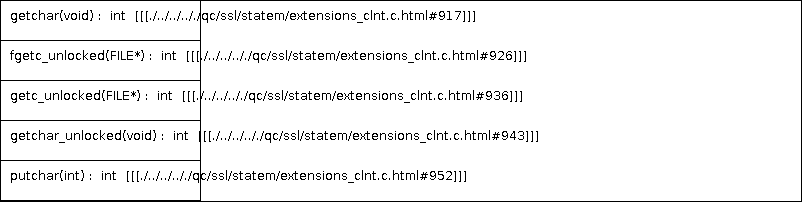
qualitesys/openssl keeps this PlantUML diagram as docs/qc/ssl/statem/extensions_clnt.c.png. Above is the earlier version. Its source is kept beside it as docs/qc/ssl/statem/extensions_clnt.c.puml. The source it was exported from:
```plantuml
@startuml
!pragma layout smetana
class dummy {
getchar(void) :  int  [[[./../../.././qc/ssl/statem/extensions_clnt.c.html#917]]]
fgetc_unlocked(FILE*) :  int  [[[./../../.././qc/ssl/statem/extensions_clnt.c.html#926]]]
getc_unlocked(FILE*) :  int  [[[./../../.././qc/ssl/statem/extensions_clnt.c.html#936]]]
getchar_unlocked(void) :  int  [[[./../../.././qc/ssl/statem/extensions_clnt.c.html#943]]]
putchar(int) :  int  [[[./../../.././qc/ssl/statem/extensions_clnt.c.html#952]]]
}
@enduml
```
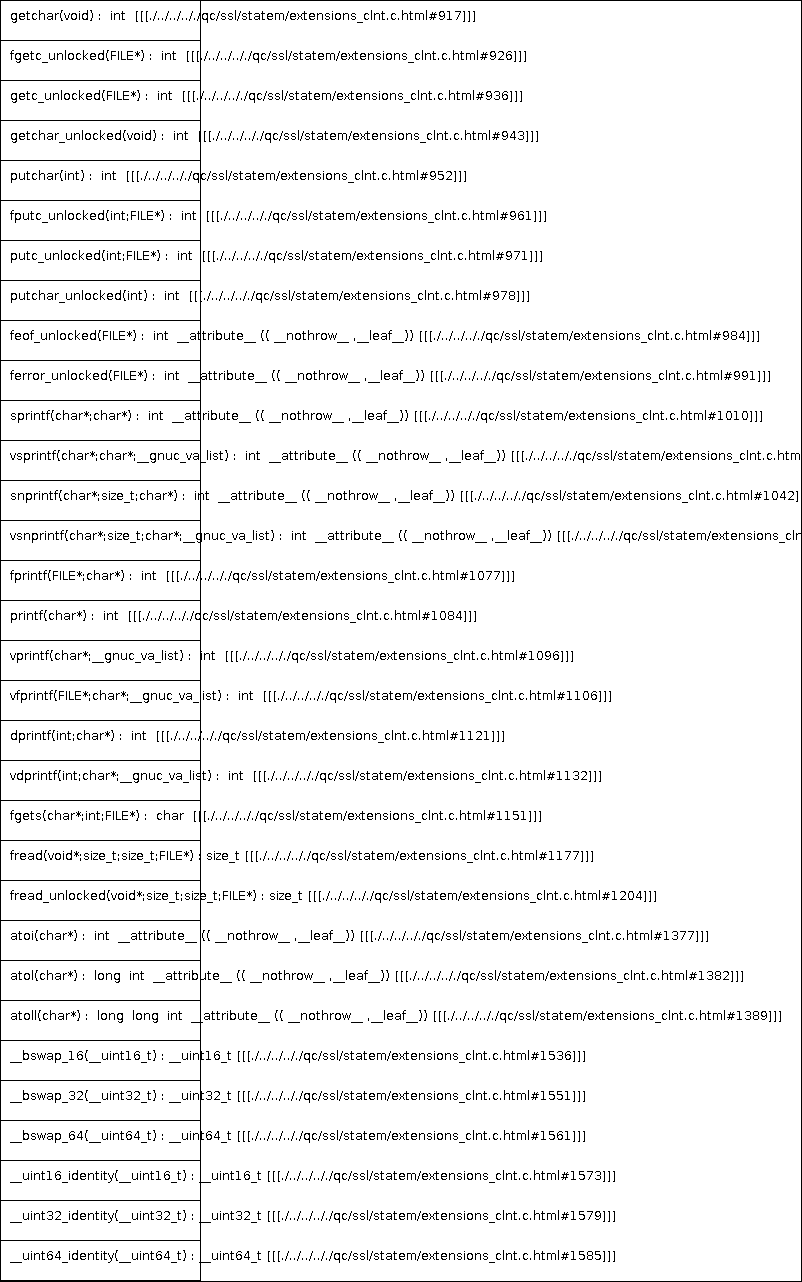
The same file after the commit.

The edit, as a diff of the source:
```diff
@@ -6,5 +6,32 @@
 getc_unlocked(FILE*) :  int  [[[./../../.././qc/ssl/statem/extensions_clnt.c.html#936]]]
 getchar_unlocked(void) :  int  [[[./../../.././qc/ssl/statem/extensions_clnt.c.html#943]]]
 putchar(int) :  int  [[[./../../.././qc/ssl/statem/extensions_clnt.c.html#952]]]
+fputc_unlocked(int;FILE*) :  int  [[[./../../.././qc/ssl/statem/extensions_clnt.c.html#961]]]
+putc_unlocked(int;FILE*) :  int  [[[./../../.././qc/ssl/statem/extensions_clnt.c.html#971]]]
+putchar_unlocked(int) :  int  [[[./../../.././qc/ssl/statem/extensions_clnt.c.html#978]]]
+feof_unlocked(FILE*) :  int  __attribute__ (( __nothrow__ ,__leaf__)) [[[./../../.././qc/ssl/statem/extensions_clnt.c.html#984]]]
+ferror_unlocked(FILE*) :  int  __attribute__ (( __nothrow__ ,__leaf__)) [[[./../../.././qc/ssl/statem/extensions_clnt.c.html#991]]]
+sprintf(char*;char*) :  int  __attribute__ (( __nothrow__ ,__leaf__)) [[[./../../.././qc/ssl/statem/extensions_clnt.c.html#1010]]]
+vsprintf(char*;char*;__gnuc_va_list) :  int  __attribute__ (( __nothrow__ ,__leaf__)) [[[./../../.././qc/ssl/statem/extensions_clnt.c.html#1023]]]
+snprintf(char*;size_t;char*) :  int  __attribute__ (( __nothrow__ ,__leaf__)) [[[./../../.././qc/ssl/statem/extensions_clnt.c.html#1042]]]
+vsnprintf(char*;size_t;char*;__gnuc_va_list) :  int  __attribute__ (( __nothrow__ ,__leaf__)) [[[./../../.././qc/ssl/statem/extensions_clnt.c.html#1056]]]
+fprintf(FILE*;char*) :  int  [[[./../../.././qc/ssl/statem/extensions_clnt.c.html#1077]]]
+printf(char*) :  int  [[[./../../.././qc/ssl/statem/extensions_clnt.c.html#1084]]]
+vprintf(char*;__gnuc_va_list) :  int  [[[./../../.././qc/ssl/statem/extensions_clnt.c.html#1096]]]
+vfprintf(FILE*;char*;__gnuc_va_list) :  int  [[[./../../.././qc/ssl/statem/extensions_clnt.c.html#1106]]]
+dprintf(int;char*) :  int  [[[./../../.././qc/ssl/statem/extensions_clnt.c.html#1121]]]
+vdprintf(int;char*;__gnuc_va_list) :  int  [[[./../../.././qc/ssl/statem/extensions_clnt.c.html#1132]]]
+fgets(char*;int;FILE*) :  char  [[[./../../.././qc/ssl/statem/extensions_clnt.c.html#1151]]]
+fread(void*;size_t;size_t;FILE*) : size_t [[[./../../.././qc/ssl/statem/extensions_clnt.c.html#1177]]]
+fread_unlocked(void*;size_t;size_t;FILE*) : size_t [[[./../../.././qc/ssl/statem/extensions_clnt.c.html#1204]]]
+atoi(char*) :  int  __attribute__ (( __nothrow__ ,__leaf__)) [[[./../../.././qc/ssl/statem/extensions_clnt.c.html#1377]]]
+atol(char*) :  long  int  __attribute__ (( __nothrow__ ,__leaf__)) [[[./../../.././qc/ssl/statem/extensions_clnt.c.html#1382]]]
+atoll(char*) :  long  long  int  __attribute__ (( __nothrow__ ,__leaf__)) [[[./../../.././qc/ssl/statem/extensions_clnt.c.html#1389]]]
+__bswap_16(__uint16_t) : __uint16_t [[[./../../.././qc/ssl/statem/extensions_clnt.c.html#1536]]]
+__bswap_32(__uint32_t) : __uint32_t [[[./../../.././qc/ssl/statem/extensions_clnt.c.html#1551]]]
+__bswap_64(__uint64_t) : __uint64_t [[[./../../.././qc/ssl/statem/extensions_clnt.c.html#1561]]]
+__uint16_identity(__uint16_t) : __uint16_t [[[./../../.././qc/ssl/statem/extensions_clnt.c.html#1573]]]
+__uint32_identity(__uint32_t) : __uint32_t [[[./../../.././qc/ssl/statem/extensions_clnt.c.html#1579]]]
+__uint64_identity(__uint64_t) : __uint64_t [[[./../../.././qc/ssl/statem/extensions_clnt.c.html#1585]]]
 }
 @enduml
```
